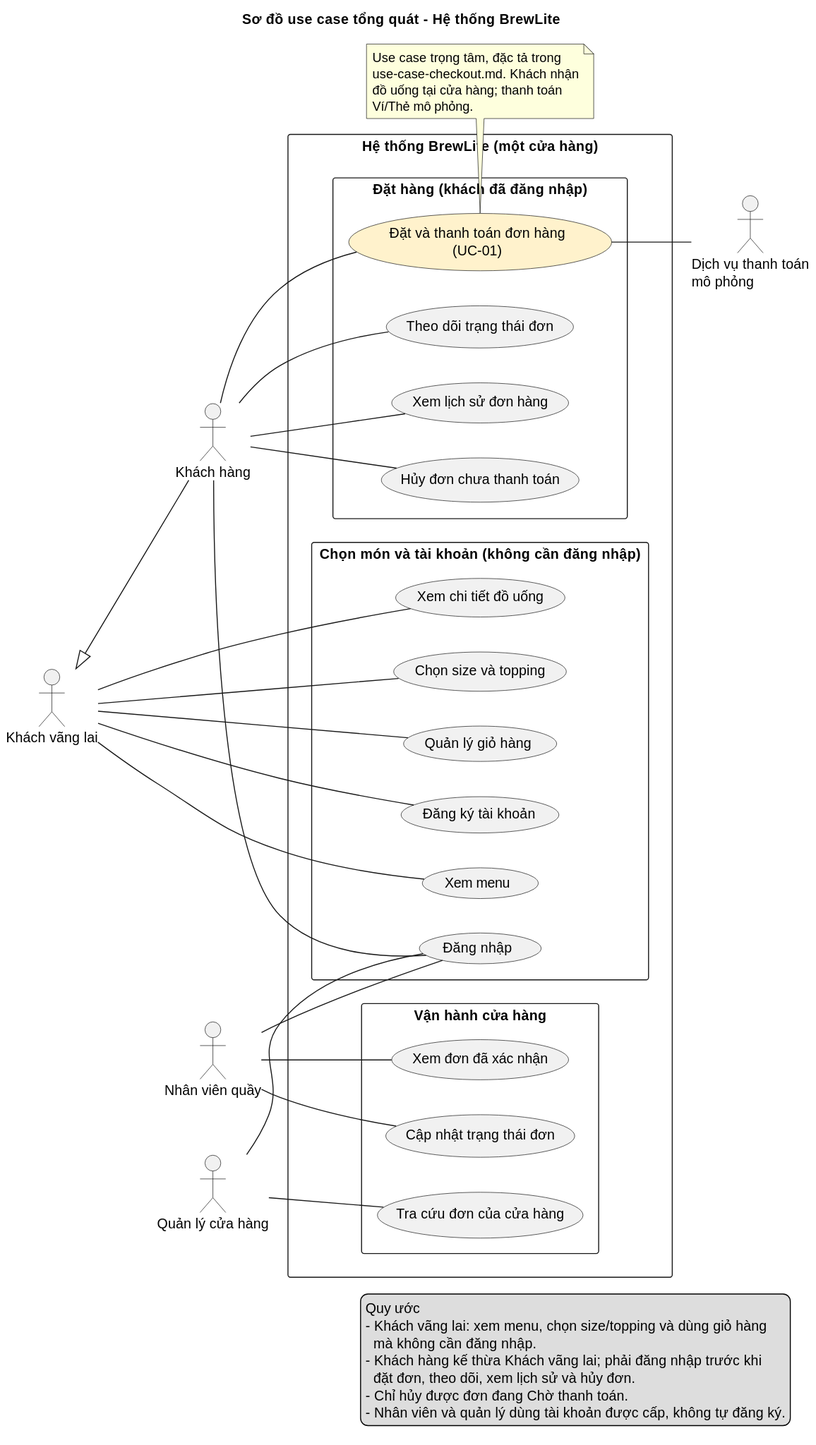
Before: docs/diagrams/usecase-overview.svg, a diagram exported from PlantUML (nguyenmintam23-z/CNPM). Source of this version:
```plantuml
@startuml
left to right direction
skinparam shadowing false
skinparam packageStyle rectangle
skinparam actorStyle default

title Sơ đồ use case tổng quát - Hệ thống BrewLite

actor "Khách vãng lai" as Guest
actor "Khách hàng" as Customer
actor "Nhân viên quầy" as Staff
actor "Quản lý cửa hàng" as Manager
actor "Dịch vụ thanh toán\nmô phỏng" as PaymentSvc

Guest <|-- Customer

rectangle "Hệ thống BrewLite (một cửa hàng)" {
  rectangle "Chọn món và tài khoản (không cần đăng nhập)" {
    usecase "Xem menu" as UC_Menu
    usecase "Xem chi tiết đồ uống" as UC_Detail
    usecase "Chọn size và topping" as UC_Custom
    usecase "Quản lý giỏ hàng" as UC_Cart
    usecase "Đăng ký tài khoản" as UC_Register
    usecase "Đăng nhập" as UC_Login
  }

  rectangle "Đặt hàng (khách đã đăng nhập)" {
    usecase "Đặt và thanh toán đơn hàng\n(UC-01)" as UC_Checkout #FFF2CC
    usecase "Theo dõi trạng thái đơn" as UC_Track
    usecase "Xem lịch sử đơn hàng" as UC_History
    usecase "Hủy đơn chưa thanh toán" as UC_Cancel
  }

  rectangle "Vận hành cửa hàng" {
    usecase "Xem đơn đã xác nhận" as UC_Orders
    usecase "Cập nhật trạng thái đơn" as UC_UpdateStatus
    usecase "Tra cứu đơn của cửa hàng" as UC_Lookup
  }
}

Guest -- UC_Menu
Guest -- UC_Detail
Guest -- UC_Custom
Guest -- UC_Cart
Guest -- UC_Register

Customer -- UC_Login
Customer -- UC_Checkout
Customer -- UC_Track
Customer -- UC_History
Customer -- UC_Cancel

Staff -- UC_Login
Staff -- UC_Orders
Staff -- UC_UpdateStatus

Manager -- UC_Login
Manager -- UC_Lookup

UC_Checkout -- PaymentSvc

note bottom of UC_Checkout
  Use case trọng tâm, đặc tả trong
  use-case-checkout.md. Khách nhận
  đồ uống tại cửa hàng; thanh toán
  Ví/Thẻ mô phỏng.
end note

legend right
  Quy ước
  - Khách vãng lai: xem menu, chọn size/topping và dùng giỏ hàng
    mà không cần đăng nhập.
  - Khách hàng kế thừa Khách vãng lai; phải đăng nhập trước khi
    đặt đơn, theo dõi, xem lịch sử và hủy đơn.
  - Chỉ hủy được đơn đang Chờ thanh toán.
  - Nhân viên và quản lý dùng tài khoản được cấp, không tự đăng ký.
endlegend
@enduml
```
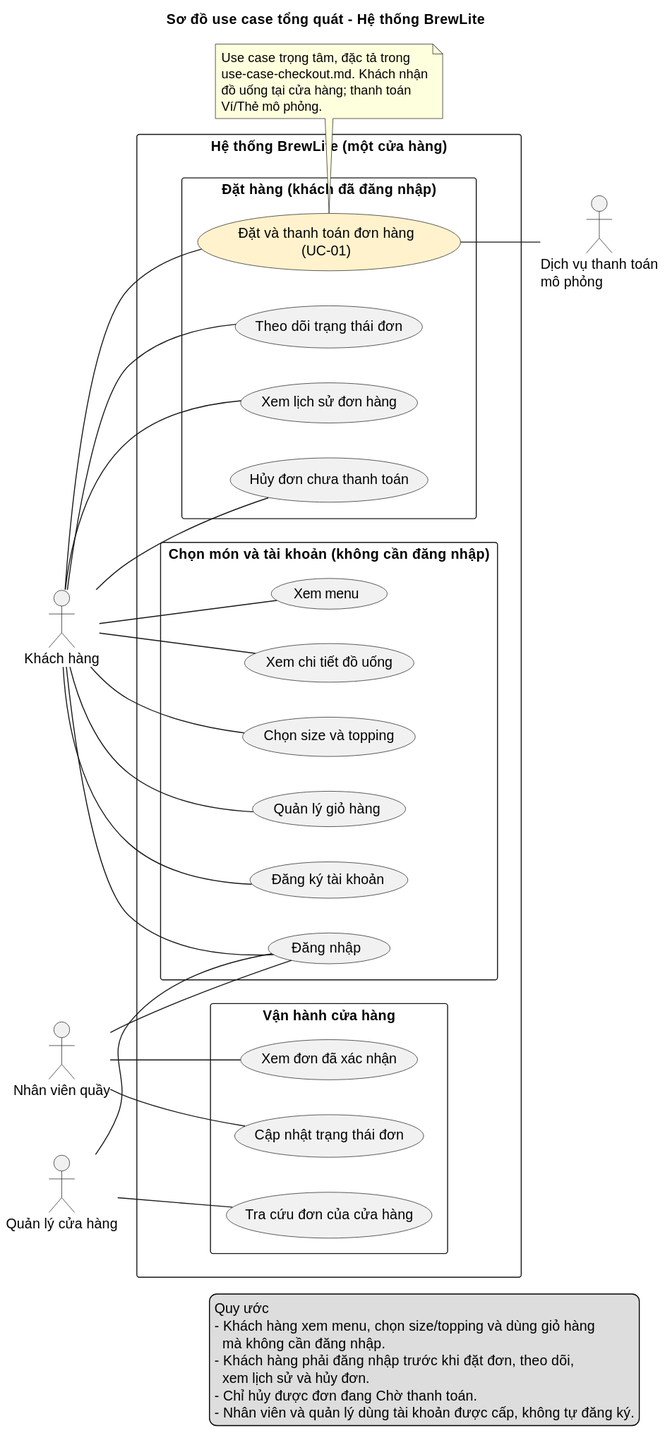
After the change.

Commit message:
docs(task1.3): bỏ actor Khách vãng lai khỏi sơ đồ use case tổng quát

Lý do: bám sát mục 4 của SRS, chỉ gồm 4 tác nhân Khách hàng, Nhân viên quầy,
Quản lý và Dịch vụ thanh toán mô phỏng. Các use case xem menu, chọn size/topping,
giỏ hàng, đăng ký nối trực tiếp với Khách hàng; ghi chú không cần đăng nhập giữ trong Quy ước.

Change to the diagram source:
```diff
@@ -6,13 +6,10 @@
 
 title Sơ đồ use case tổng quát - Hệ thống BrewLite
 
-actor "Khách vãng lai" as Guest
 actor "Khách hàng" as Customer
 actor "Nhân viên quầy" as Staff
 actor "Quản lý cửa hàng" as Manager
 actor "Dịch vụ thanh toán\nmô phỏng" as PaymentSvc
-
-Guest <|-- Customer
 
 rectangle "Hệ thống BrewLite (một cửa hàng)" {
   rectangle "Chọn món và tài khoản (không cần đăng nhập)" {
@@ -38,12 +35,11 @@
   }
 }
 
-Guest -- UC_Menu
-Guest -- UC_Detail
-Guest -- UC_Custom
-Guest -- UC_Cart
-Guest -- UC_Register
-
+Customer -- UC_Menu
+Customer -- UC_Detail
+Customer -- UC_Custom
+Customer -- UC_Cart
+Customer -- UC_Register
 Customer -- UC_Login
 Customer -- UC_Checkout
 Customer -- UC_Track
@@ -68,10 +64,10 @@
 
 legend right
   Quy ước
-  - Khách vãng lai: xem menu, chọn size/topping và dùng giỏ hàng
+  - Khách hàng xem menu, chọn size/topping và dùng giỏ hàng
     mà không cần đăng nhập.
-  - Khách hàng kế thừa Khách vãng lai; phải đăng nhập trước khi
-    đặt đơn, theo dõi, xem lịch sử và hủy đơn.
+  - Khách hàng phải đăng nhập trước khi đặt đơn, theo dõi,
+    xem lịch sử và hủy đơn.
   - Chỉ hủy được đơn đang Chờ thanh toán.
   - Nhân viên và quản lý dùng tài khoản được cấp, không tự đăng ký.
 endlegend
```
